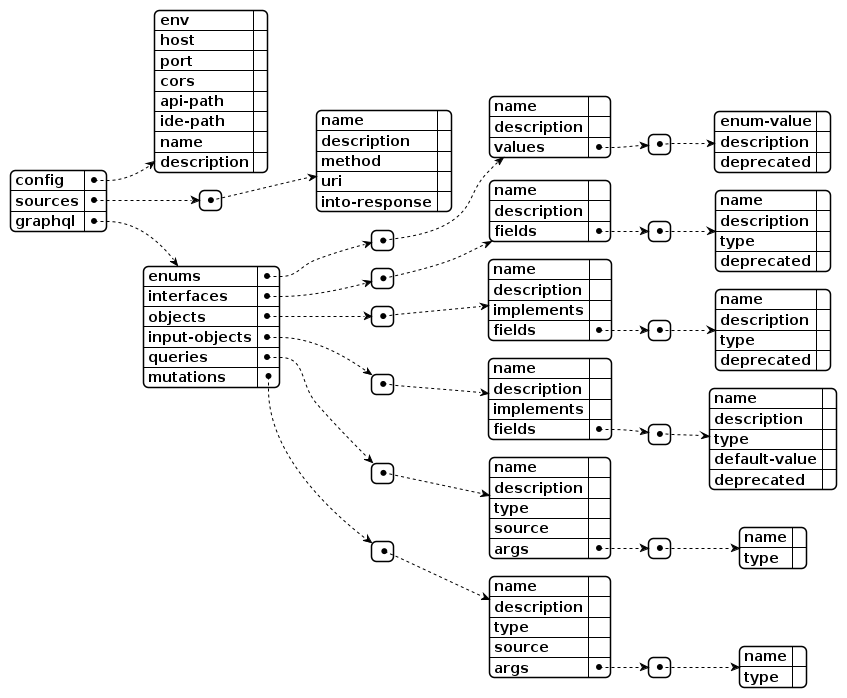
Before: Artefatos/Diagramas/edn.png, a diagram exported from PlantUML (ICEI-PUC-Minas-PPLES-TI/plf-es-2022-1-tcci-5308100-dev-marlon-silva).
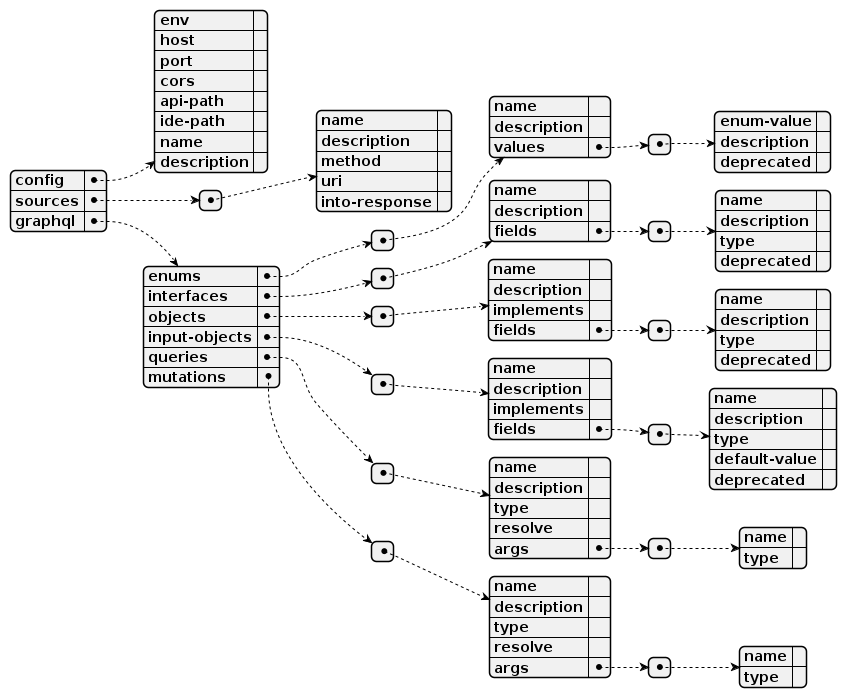
The same file after the commit.

Diff of the diagram source:
```diff
@@ -84,7 +84,7 @@
         "name": "",
         "description": "",
         "type": "",
-        "source": "",
+        "resolve": "",
         "args": [
           {
             "name": "",
@@ -98,7 +98,7 @@
         "name": "",
         "description": "",
         "type": "",
-        "source": "",
+        "resolve": "",
         "args": [
           {
             "name": "",
```
